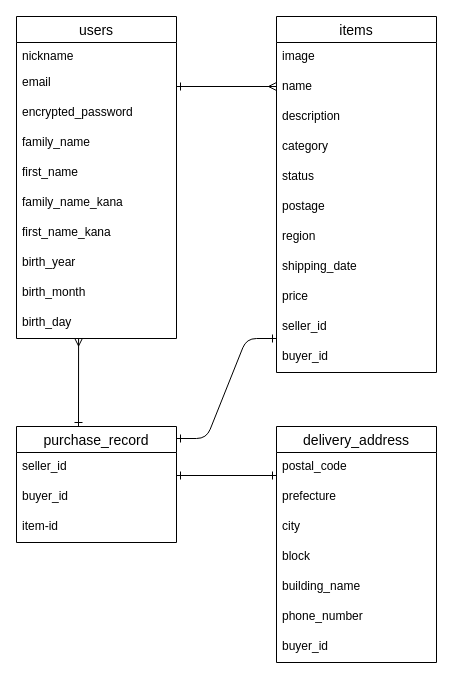
This is furima.dio from miho-hoi/furima-39940, a draw.io file, before an edit. Source tidied: cells renumbered, new cells numbered last; positions are measured from the earlier drawing's top-left corner, leaving out a move shared by most shapes. Both pictures are drawn from the tidied source at 100%, with x=0, y=0 at pixel (16, 16).
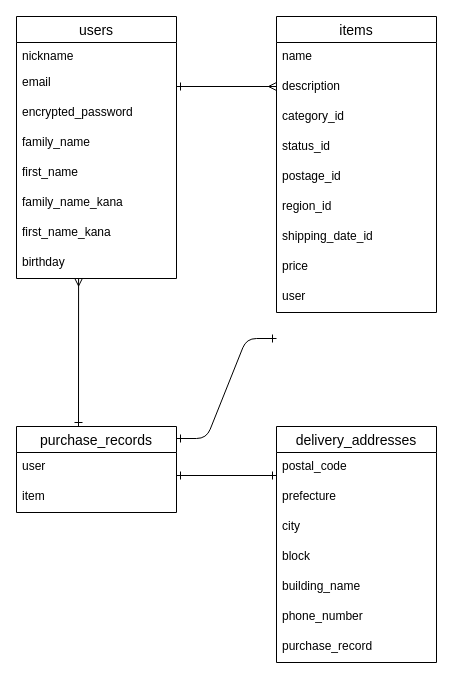
The same page after the edit.

Change to the diagram source:
```diff
@@
     <mxCell id="2" value="users" style="swimlane;fontStyle=0;horizontal=1;startSize=26;align=center;fontSize=14;" parent="1" vertex="1">
-      <mxGeometry width="160" height="322" as="geometry" />
+      <mxGeometry width="160" height="262" as="geometry" />
     </mxCell>
@@
-    <mxCell id="10" value="birth_year" style="text;strokeColor=none;fillColor=none;spacingLeft=4;spacingRight=4;overflow=hidden;fontSize=12;" parent="2" vertex="1">
-      <mxGeometry y="232" width="160" height="30" as="geometry" />
-    </mxCell>
-    <mxCell id="11" value="birth_month" style="text;strokeColor=none;fillColor=none;spacingLeft=4;spacingRight=4;overflow=hidden;fontSize=12;" parent="2" vertex="1">
-      <mxGeometry y="262" width="160" height="30" as="geometry" />
-    </mxCell>
-    <mxCell id="12" value="birth_day" style="text;strokeColor=none;fillColor=none;spacingLeft=4;spacingRight=4;overflow=hidden;points=[[0,0.5],[1,0.5]];portConstraint=eastwest;fontSize=12;" parent="2" vertex="1">
-      <mxGeometry y="292" width="160" height="30" as="geometry" />
+    <mxCell id="12" value="birthday" style="text;strokeColor=none;fillColor=none;spacingLeft=4;spacingRight=4;overflow=hidden;points=[[0,0.5],[1,0.5]];portConstraint=eastwest;fontSize=12;" parent="2" vertex="1">
+      <mxGeometry y="232" width="160" height="30" as="geometry" />
     </mxCell>
     <mxCell id="13" value="items" style="swimlane;fontStyle=0;horizontal=1;startSize=26;align=center;fontSize=14;" parent="1" vertex="1">
-      <mxGeometry x="260" width="160" height="356" as="geometry" />
+      <mxGeometry x="260" width="160" height="296" as="geometry" />
     </mxCell>
-    <mxCell id="14" value="image" style="text;strokeColor=none;fillColor=none;spacingLeft=4;spacingRight=4;overflow=hidden;fontSize=12;" parent="13" vertex="1">
-      <mxGeometry y="26" width="160" height="30" as="geometry" />
-    </mxCell>
     <mxCell id="15" value="name " style="text;strokeColor=none;fillColor=none;spacingLeft=4;spacingRight=4;overflow=hidden;fontSize=12;" parent="13" vertex="1">
-      <mxGeometry y="56" width="160" height="30" as="geometry" />
+      <mxGeometry y="26" width="160" height="30" as="geometry" />
     </mxCell>
     <mxCell id="16" value="description " style="text;strokeColor=none;fillColor=none;spacingLeft=4;spacingRight=4;overflow=hidden;fontSize=12;" parent="13" vertex="1">
-      <mxGeometry y="86" width="160" height="30" as="geometry" />
+      <mxGeometry y="56" width="160" height="30" as="geometry" />
     </mxCell>
-    <mxCell id="17" value="category" style="text;strokeColor=none;fillColor=none;spacingLeft=4;spacingRight=4;overflow=hidden;fontSize=12;" parent="13" vertex="1">
-      <mxGeometry y="116" width="160" height="30" as="geometry" />
+    <mxCell id="17" value="category_id" style="text;strokeColor=none;fillColor=none;spacingLeft=4;spacingRight=4;overflow=hidden;fontSize=12;" parent="13" vertex="1">
+      <mxGeometry y="86" width="160" height="30" as="geometry" />
     </mxCell>
-    <mxCell id="18" value="status" style="text;strokeColor=none;fillColor=none;spacingLeft=4;spacingRight=4;overflow=hidden;fontSize=12;" parent="13" vertex="1">
-      <mxGeometry y="146" width="160" height="30" as="geometry" />
+    <mxCell id="18" value="status_id" style="text;strokeColor=none;fillColor=none;spacingLeft=4;spacingRight=4;overflow=hidden;fontSize=12;" parent="13" vertex="1">
+      <mxGeometry y="116" width="160" height="30" as="geometry" />
     </mxCell>
-    <mxCell id="19" value="postage" style="text;strokeColor=none;fillColor=none;spacingLeft=4;spacingRight=4;overflow=hidden;fontSize=12;" parent="13" vertex="1">
-      <mxGeometry y="176" width="160" height="30" as="geometry" />
+    <mxCell id="19" value="postage_id" style="text;strokeColor=none;fillColor=none;spacingLeft=4;spacingRight=4;overflow=hidden;fontSize=12;" parent="13" vertex="1">
+      <mxGeometry y="146" width="160" height="30" as="geometry" />
     </mxCell>
-    <mxCell id="20" value="region" style="text;strokeColor=none;fillColor=none;spacingLeft=4;spacingRight=4;overflow=hidden;fontSize=12;" parent="13" vertex="1">
-      <mxGeometry y="206" width="160" height="30" as="geometry" />
+    <mxCell id="20" value="region_id" style="text;strokeColor=none;fillColor=none;spacingLeft=4;spacingRight=4;overflow=hidden;fontSize=12;" parent="13" vertex="1">
+      <mxGeometry y="176" width="160" height="30" as="geometry" />
     </mxCell>
-    <mxCell id="21" value="shipping_date" style="text;strokeColor=none;fillColor=none;spacingLeft=4;spacingRight=4;overflow=hidden;fontSize=12;" parent="13" vertex="1">
-      <mxGeometry y="236" width="160" height="30" as="geometry" />
+    <mxCell id="21" value="shipping_date_id" style="text;strokeColor=none;fillColor=none;spacingLeft=4;spacingRight=4;overflow=hidden;fontSize=12;" parent="13" vertex="1">
+      <mxGeometry y="206" width="160" height="30" as="geometry" />
     </mxCell>
     <mxCell id="22" value="price" style="text;strokeColor=none;fillColor=none;spacingLeft=4;spacingRight=4;overflow=hidden;fontSize=12;" parent="13" vertex="1">
-      <mxGeometry y="266" width="160" height="30" as="geometry" />
+      <mxGeometry y="236" width="160" height="30" as="geometry" />
     </mxCell>
-    <mxCell id="23" value="seller_id" style="text;strokeColor=none;fillColor=none;spacingLeft=4;spacingRight=4;overflow=hidden;fontSize=12;" parent="13" vertex="1">
-      <mxGeometry y="296" width="160" height="30" as="geometry" />
+    <mxCell id="23" value="user" style="text;strokeColor=none;fillColor=none;spacingLeft=4;spacingRight=4;overflow=hidden;fontSize=12;" parent="13" vertex="1">
+      <mxGeometry y="266" width="160" height="30" as="geometry" />
     </mxCell>
-    <mxCell id="24" value="buyer_id" style="text;strokeColor=none;fillColor=none;spacingLeft=4;spacingRight=4;overflow=hidden;fontSize=12;" parent="13" vertex="1">
-      <mxGeometry y="326" width="160" height="30" as="geometry" />
-    </mxCell>
-    <mxCell id="25" value="purchase_record" style="swimlane;fontStyle=0;horizontal=1;startSize=26;align=center;fontSize=14;" parent="1" vertex="1">
-      <mxGeometry y="410" width="160" height="116" as="geometry" />
+    <mxCell id="25" value="purchase_records" style="swimlane;fontStyle=0;horizontal=1;startSize=26;align=center;fontSize=14;" parent="1" vertex="1">
+      <mxGeometry y="410" width="160" height="86" as="geometry" />
     </mxCell>
-    <mxCell id="26" value="seller_id" style="text;strokeColor=none;fillColor=none;spacingLeft=4;spacingRight=4;overflow=hidden;points=[[0,0.5],[1,0.5]];portConstraint=eastwest;fontSize=12;" parent="25" vertex="1">
+    <mxCell id="26" value="user" style="text;strokeColor=none;fillColor=none;spacingLeft=4;spacingRight=4;overflow=hidden;points=[[0,0.5],[1,0.5]];portConstraint=eastwest;fontSize=12;" parent="25" vertex="1">
       <mxGeometry y="26" width="160" height="30" as="geometry" />
     </mxCell>
-    <mxCell id="27" value="buyer_id" style="text;strokeColor=none;fillColor=none;spacingLeft=4;spacingRight=4;overflow=hidden;fontSize=12;" parent="25" vertex="1">
-      <mxGeometry y="56" width="160" height="30" as="geometry" />
-    </mxCell>
-    <mxCell id="28" value="item-id" style="text;strokeColor=none;fillColor=none;spacingLeft=4;spacingRight=4;overflow=hidden;fontSize=12;" parent="25" vertex="1">
-      <mxGeometry y="86" width="160" height="30" as="geometry" />
+    <mxCell id="28" value="item" style="text;strokeColor=none;fillColor=none;spacingLeft=4;spacingRight=4;overflow=hidden;fontSize=12;" parent="25" vertex="1">
+      <mxGeometry y="56" width="160" height="30" as="geometry" />
     </mxCell>
-    <mxCell id="29" value="delivery_address" style="swimlane;fontStyle=0;horizontal=1;startSize=26;align=center;fontSize=14;" parent="1" vertex="1">
+    <mxCell id="29" value="delivery_addresses" style="swimlane;fontStyle=0;horizontal=1;startSize=26;align=center;fontSize=14;" parent="1" vertex="1">
       <mxGeometry x="260" y="410" width="160" height="236" as="geometry" />
     </mxCell>
@@
-    <mxCell id="36" value="buyer_id" style="text;strokeColor=none;fillColor=none;spacingLeft=4;spacingRight=4;overflow=hidden;fontSize=12;" parent="29" vertex="1">
+    <mxCell id="36" value="purchase_record" style="text;strokeColor=none;fillColor=none;spacingLeft=4;spacingRight=4;overflow=hidden;fontSize=12;" parent="29" vertex="1">
       <mxGeometry y="206" width="160" height="30" as="geometry" />
     </mxCell>
```
